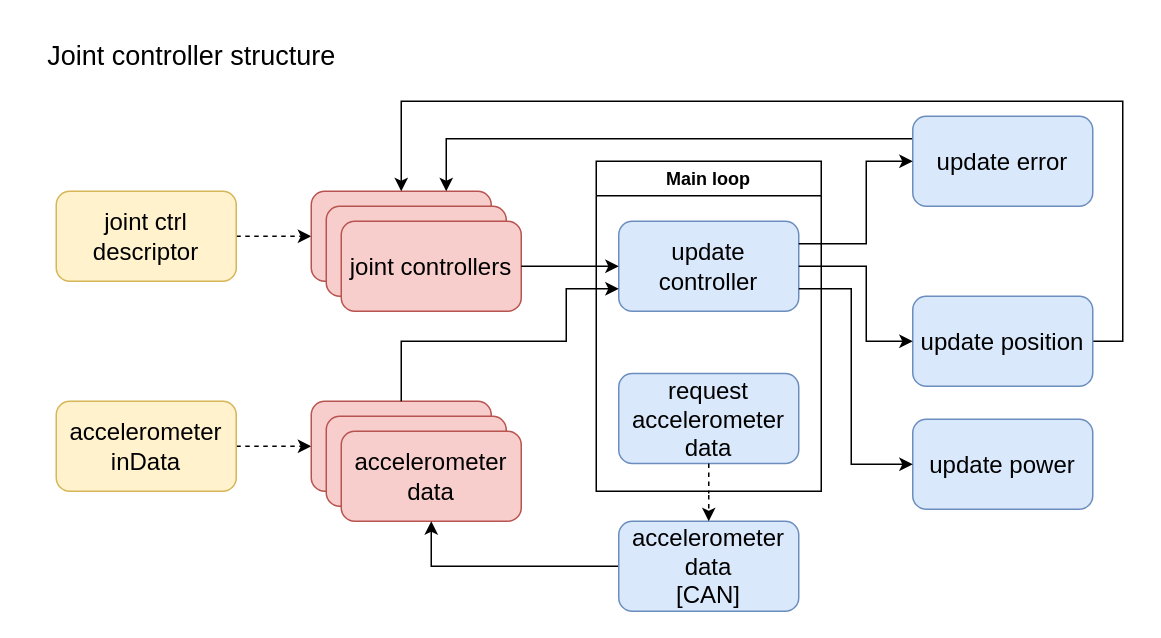
Before: documentation_internal/illustrations/hw_drivers/joint_controller_structure.drawio in kristblo/TTK4900_Masteroppgave, a draw.io diagram. Source tidied: cells renumbered, new cells numbered last; positions are measured from the earlier drawing's top-left corner, leaving out a move shared by most shapes. Both pictures are drawn from the tidied source at 150%, with x=0, y=0 at pixel (26, 26).
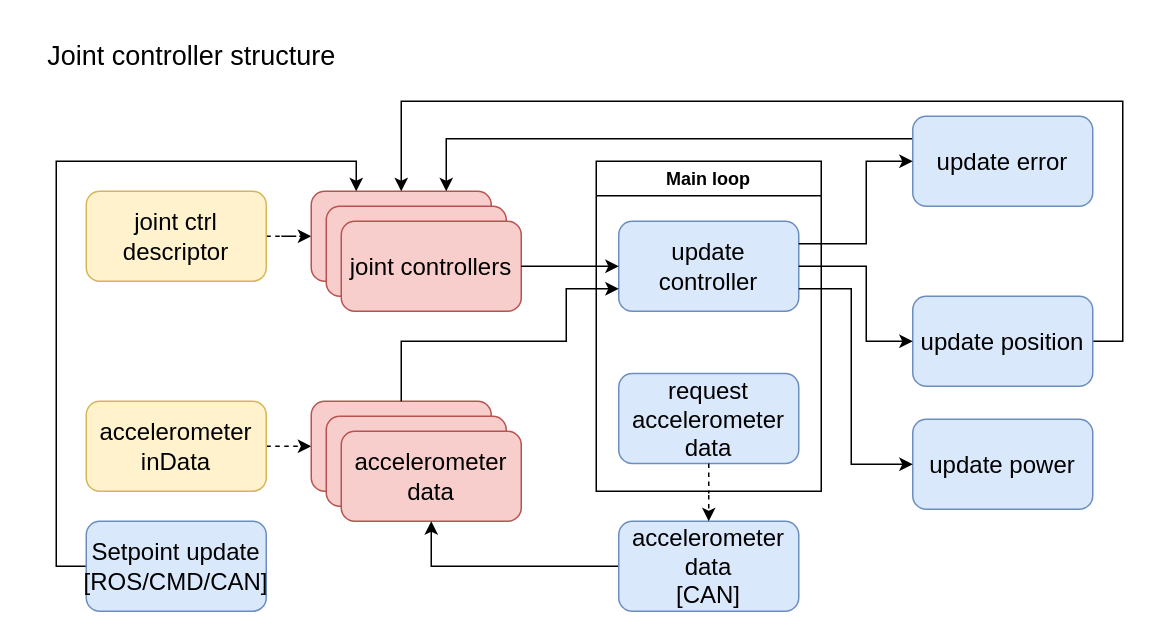
The same page after the edit.

Commit message (it also covers changes not shown here):
added diagrams, some comments

Unchanged cells that the change refers to:
```xml
<mxCell id="11" style="rounded=1;whiteSpace=wrap;html=1;fontSize=16;fillColor=#f8cecc;strokeColor=#b85450;" parent="10" vertex="1">
  <mxGeometry width="120" height="60" as="geometry" />
</mxCell>
```

The edit, as a diff of the source:
```diff
@@
     <mxCell id="7" value="joint ctrl descriptor" style="rounded=1;whiteSpace=wrap;html=1;fontSize=16;fillColor=#fff2cc;strokeColor=#d6b656;" parent="1" vertex="1">
-      <mxGeometry x="20" y="110" width="120" height="60" as="geometry" />
+      <mxGeometry x="40" y="110" width="120" height="60" as="geometry" />
     </mxCell>
@@
     <mxCell id="9" value="accelerometer inData" style="rounded=1;whiteSpace=wrap;html=1;fontSize=16;fillColor=#fff2cc;strokeColor=#d6b656;" parent="1" vertex="1">
-      <mxGeometry x="20" y="250" width="120" height="60" as="geometry" />
+      <mxGeometry x="40" y="250" width="120" height="60" as="geometry" />
     </mxCell>
@@
+    <mxCell id="31" style="edgeStyle=orthogonalEdgeStyle;rounded=0;jettySize=auto;html=1;exitX=0;exitY=0.5;exitDx=0;exitDy=0;entryX=0.25;entryY=0;entryDx=0;entryDy=0;" parent="1" edge="1" source="32" target="11">
+      <mxGeometry relative="1" as="geometry" />
+    </mxCell>
+    <mxCell id="32" value="Setpoint update&lt;div&gt;[ROS/CMD/CAN]&lt;/div&gt;" style="rounded=1;whiteSpace=wrap;html=1;fontSize=16;fillColor=#dae8fc;strokeColor=#6c8ebf;" parent="1" vertex="1">
+      <mxGeometry x="40" y="330" width="120" height="60" as="geometry" />
+    </mxCell>
```
